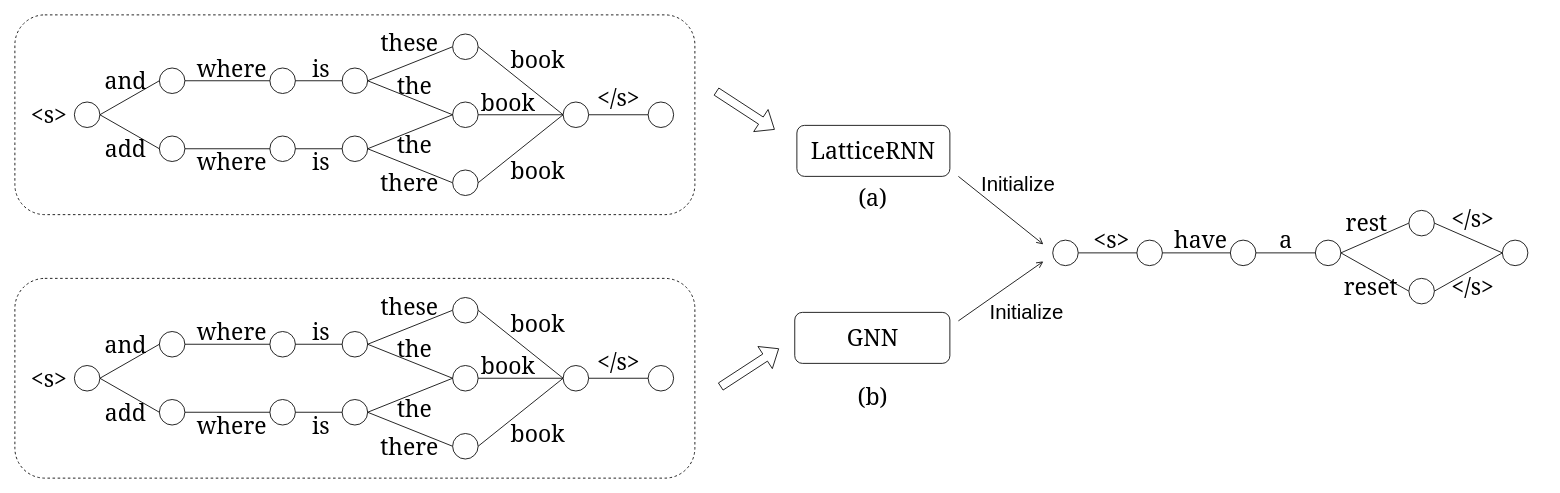
AmourWaltz/OtherProjects keeps this draw.io diagram as Cross-Utterance Lattice Encoding Rescoring.drawio. Above is the earlier version. Source tidied: cells renumbered, new cells numbered last; positions are measured from the earlier drawing's top-left corner, leaving out a move shared by most shapes. Both pictures are drawn from the tidied source at 85%, with x=0, y=0 at pixel (14, 14).
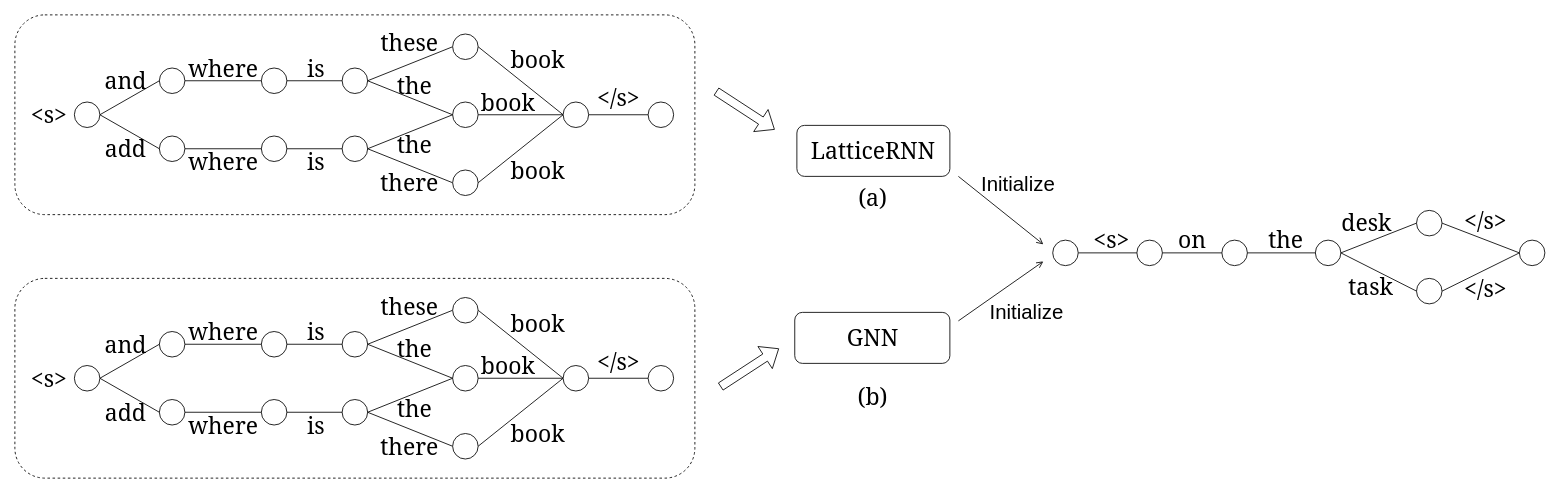
The same page after the edit.

Change to the diagram source:
```diff
@@
     <mxCell id="5" style="ellipse;whiteSpace=wrap;html=1;fontColor=#FF0000;fillColor=none;strokeColor=#000000;" parent="1" vertex="1">
-      <mxGeometry x="1430" y="265" width="30" height="30" as="geometry" />
+      <mxGeometry x="1420" y="265" width="30" height="30" as="geometry" />
     </mxCell>
@@
     <mxCell id="10" style="ellipse;whiteSpace=wrap;html=1;" parent="1" vertex="1">
-      <mxGeometry x="1640" y="230" width="30" height="30" as="geometry" />
+      <mxGeometry x="1649" y="230" width="30" height="30" as="geometry" />
     </mxCell>
@@
     <mxCell id="12" style="ellipse;whiteSpace=wrap;html=1;" parent="1" vertex="1">
-      <mxGeometry x="1640" y="310" width="30" height="30" as="geometry" />
+      <mxGeometry x="1649" y="310" width="30" height="30" as="geometry" />
     </mxCell>
     <mxCell id="13" style="ellipse;whiteSpace=wrap;html=1;" parent="1" vertex="1">
-      <mxGeometry x="1750" y="265" width="30" height="30" as="geometry" />
+      <mxGeometry x="1770" y="265" width="30" height="30" as="geometry" />
     </mxCell>
-    <mxCell id="14" value="&lt;font style=&quot;font-size: 27px&quot; face=&quot;Georgia&quot;&gt;have&lt;/font&gt;" style="text;html=1;align=center;verticalAlign=middle;strokeColor=none;fillColor=none;fontColor=#000000;" parent="1" vertex="1">
-      <mxGeometry x="1360" y="255" width="70" height="20" as="geometry" />
+    <mxCell id="14" value="&lt;font style=&quot;font-size: 27px&quot; face=&quot;Georgia&quot;&gt;on&lt;/font&gt;" style="text;html=1;align=center;verticalAlign=middle;strokeColor=none;fillColor=none;fontColor=#000000;" parent="1" vertex="1">
+      <mxGeometry x="1360" y="255" width="50" height="20" as="geometry" />
     </mxCell>
-    <mxCell id="15" value="&lt;font style=&quot;font-size: 27px&quot; face=&quot;Georgia&quot;&gt;a&lt;/font&gt;" style="text;html=1;align=center;verticalAlign=middle;strokeColor=none;fillColor=none;fontColor=#000000;" parent="1" vertex="1">
-      <mxGeometry x="1480" y="255" width="30" height="20" as="geometry" />
+    <mxCell id="15" value="&lt;font style=&quot;font-size: 27px&quot; face=&quot;Georgia&quot;&gt;the&lt;/font&gt;" style="text;html=1;align=center;verticalAlign=middle;strokeColor=none;fillColor=none;fontColor=#000000;" parent="1" vertex="1">
+      <mxGeometry x="1470" y="255" width="50" height="20" as="geometry" />
     </mxCell>
-    <mxCell id="16" value="&lt;font style=&quot;font-size: 27px&quot; face=&quot;Georgia&quot;&gt;rest&lt;/font&gt;" style="text;html=1;align=center;verticalAlign=middle;strokeColor=none;fillColor=none;" parent="1" vertex="1">
-      <mxGeometry x="1560" y="235" width="60" height="20" as="geometry" />
+    <mxCell id="16" value="&lt;font style=&quot;font-size: 27px&quot; face=&quot;Georgia&quot;&gt;desk&lt;/font&gt;" style="text;html=1;align=center;verticalAlign=middle;strokeColor=none;fillColor=none;" parent="1" vertex="1">
+      <mxGeometry x="1555" y="235" width="70" height="20" as="geometry" />
     </mxCell>
-    <mxCell id="17" value="&lt;font style=&quot;font-size: 27px&quot; face=&quot;Georgia&quot;&gt;reset&lt;/font&gt;" style="text;html=1;align=center;verticalAlign=middle;strokeColor=none;fillColor=none;" parent="1" vertex="1">
-      <mxGeometry x="1560" y="310" width="70" height="20" as="geometry" />
+    <mxCell id="17" value="&lt;font style=&quot;font-size: 27px&quot; face=&quot;Georgia&quot;&gt;task&lt;/font&gt;" style="text;html=1;align=center;verticalAlign=middle;strokeColor=none;fillColor=none;" parent="1" vertex="1">
+      <mxGeometry x="1565" y="310" width="60" height="20" as="geometry" />
     </mxCell>
     <mxCell id="18" value="&lt;font style=&quot;font-size: 27px&quot; face=&quot;Georgia&quot;&gt;&amp;lt;/s&amp;gt;&lt;/font&gt;" style="text;html=1;align=center;verticalAlign=middle;strokeColor=none;fillColor=none;" parent="1" vertex="1">
-      <mxGeometry x="1680" y="230" width="70" height="20" as="geometry" />
+      <mxGeometry x="1695" y="232" width="70" height="20" as="geometry" />
     </mxCell>
     <mxCell id="19" value="&lt;font style=&quot;font-size: 27px&quot; face=&quot;Georgia&quot;&gt;&amp;lt;/s&amp;gt;&lt;/font&gt;" style="text;html=1;align=center;verticalAlign=middle;strokeColor=none;fillColor=none;" parent="1" vertex="1">
-      <mxGeometry x="1680" y="310" width="70" height="20" as="geometry" />
+      <mxGeometry x="1695" y="312" width="70" height="20" as="geometry" />
     </mxCell>
@@
     <mxCell id="36" style="ellipse;whiteSpace=wrap;html=1;fillColor=none;" parent="1" vertex="1">
-      <mxGeometry x="300" y="62.5" width="30" height="30" as="geometry" />
+      <mxGeometry x="290" y="62.5" width="30" height="30" as="geometry" />
     </mxCell>
@@
     <mxCell id="56" style="ellipse;whiteSpace=wrap;html=1;fillColor=none;" parent="1" vertex="1">
-      <mxGeometry x="300" y="142.5" width="30" height="30" as="geometry" />
+      <mxGeometry x="290" y="142.5" width="30" height="30" as="geometry" />
     </mxCell>
     <mxCell id="57" value="&lt;font style=&quot;font-size: 27px&quot; face=&quot;Georgia&quot;&gt;where&lt;/font&gt;" style="text;html=1;align=center;verticalAlign=middle;strokeColor=none;fillColor=none;" parent="1" vertex="1">
-      <mxGeometry x="210" y="52.5" width="90" height="20" as="geometry" />
+      <mxGeometry x="200" y="52.5" width="90" height="20" as="geometry" />
     </mxCell>
     <mxCell id="58" value="&lt;font style=&quot;font-size: 27px&quot; face=&quot;Georgia&quot;&gt;where&lt;/font&gt;" style="text;html=1;align=center;verticalAlign=middle;strokeColor=none;fillColor=none;" parent="1" vertex="1">
-      <mxGeometry x="210" y="162.5" width="90" height="20" as="geometry" />
+      <mxGeometry x="200" y="162.5" width="90" height="20" as="geometry" />
     </mxCell>
     <mxCell id="59" value="&lt;font style=&quot;font-size: 27px&quot; face=&quot;Georgia&quot;&gt;is&lt;/font&gt;" style="text;html=1;align=center;verticalAlign=middle;strokeColor=none;fillColor=none;fontColor=#000000;" parent="1" vertex="1">
-      <mxGeometry x="340" y="52.5" width="40" height="20" as="geometry" />
+      <mxGeometry x="334" y="52.5" width="40" height="20" as="geometry" />
     </mxCell>
     <mxCell id="60" value="&lt;font style=&quot;font-size: 27px&quot; face=&quot;Georgia&quot;&gt;is&lt;/font&gt;" style="text;html=1;align=center;verticalAlign=middle;strokeColor=none;fillColor=none;fontColor=#000000;" parent="1" vertex="1">
-      <mxGeometry x="340" y="162.5" width="40" height="20" as="geometry" />
+      <mxGeometry x="334" y="162.5" width="40" height="20" as="geometry" />
     </mxCell>
@@
     <mxCell id="78" style="ellipse;whiteSpace=wrap;html=1;fillColor=none;" parent="1" vertex="1">
-      <mxGeometry x="300" y="372.5" width="30" height="30" as="geometry" />
+      <mxGeometry x="290" y="372.5" width="30" height="30" as="geometry" />
     </mxCell>
@@
     <mxCell id="98" style="ellipse;whiteSpace=wrap;html=1;fillColor=none;" parent="1" vertex="1">
-      <mxGeometry x="300" y="452.5" width="30" height="30" as="geometry" />
+      <mxGeometry x="290" y="452.5" width="30" height="30" as="geometry" />
     </mxCell>
     <mxCell id="99" value="&lt;font style=&quot;font-size: 27px&quot; face=&quot;Georgia&quot;&gt;where&lt;/font&gt;" style="text;html=1;align=center;verticalAlign=middle;strokeColor=none;fillColor=none;" parent="1" vertex="1">
-      <mxGeometry x="210" y="362.5" width="90" height="20" as="geometry" />
+      <mxGeometry x="200" y="362.5" width="90" height="20" as="geometry" />
     </mxCell>
     <mxCell id="100" value="&lt;font style=&quot;font-size: 27px&quot; face=&quot;Georgia&quot;&gt;where&lt;/font&gt;" style="text;html=1;align=center;verticalAlign=middle;strokeColor=none;fillColor=none;" parent="1" vertex="1">
-      <mxGeometry x="210" y="472.5" width="90" height="20" as="geometry" />
+      <mxGeometry x="200" y="472.5" width="90" height="20" as="geometry" />
     </mxCell>
     <mxCell id="101" value="&lt;font style=&quot;font-size: 27px&quot; face=&quot;Georgia&quot;&gt;is&lt;/font&gt;" style="text;html=1;align=center;verticalAlign=middle;strokeColor=none;fillColor=none;fontColor=#000000;" parent="1" vertex="1">
-      <mxGeometry x="340" y="362.5" width="40" height="20" as="geometry" />
+      <mxGeometry x="334" y="362.5" width="40" height="20" as="geometry" />
     </mxCell>
     <mxCell id="102" value="&lt;font style=&quot;font-size: 27px&quot; face=&quot;Georgia&quot;&gt;is&lt;/font&gt;" style="text;html=1;align=center;verticalAlign=middle;strokeColor=none;fillColor=none;fontColor=#000000;" parent="1" vertex="1">
-      <mxGeometry x="340" y="472.5" width="40" height="20" as="geometry" />
+      <mxGeometry x="334" y="472.5" width="40" height="20" as="geometry" />
     </mxCell>
```
